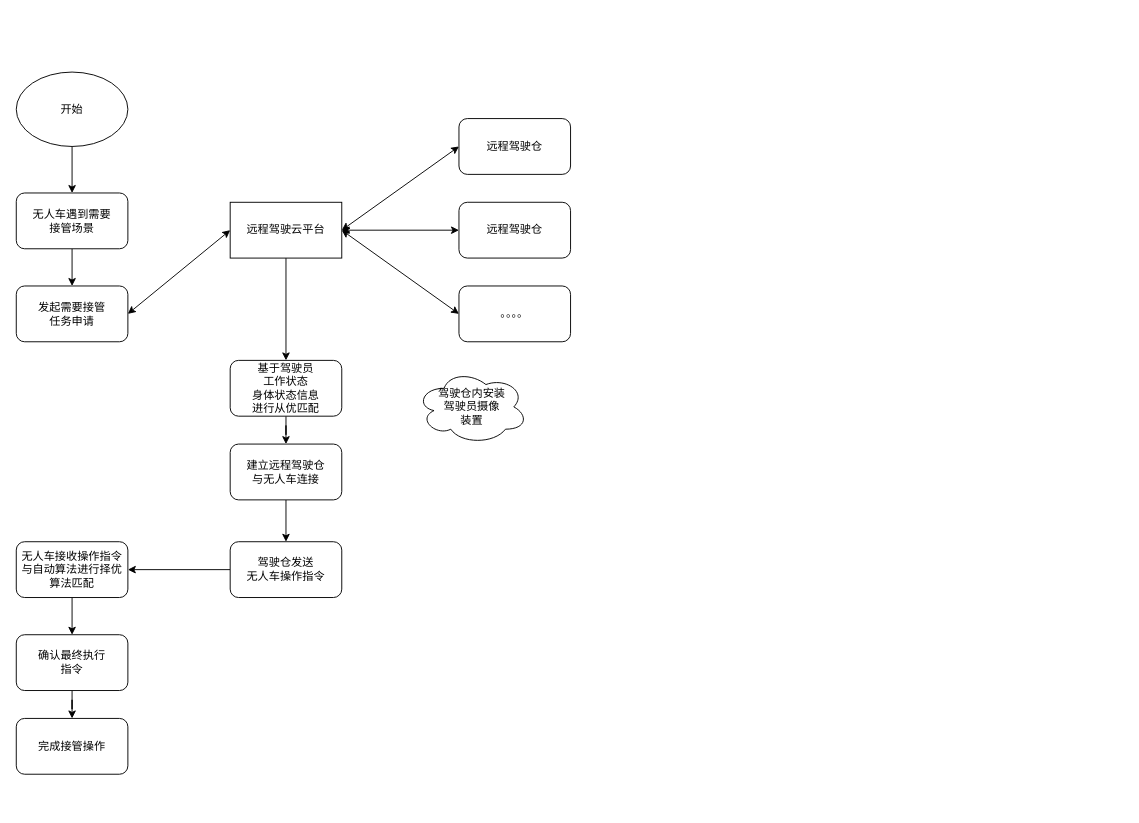
Before: 出行项目/自动驾驶远程平台装置.drawio in wurh/myDesignDoc, a draw.io diagram. Source tidied: cells renumbered, new cells numbered last; positions are measured from the earlier drawing's top-left corner, leaving out a move shared by most shapes. Both pictures are drawn from the tidied source at 93%, with x=0, y=0 at pixel (16, 72).
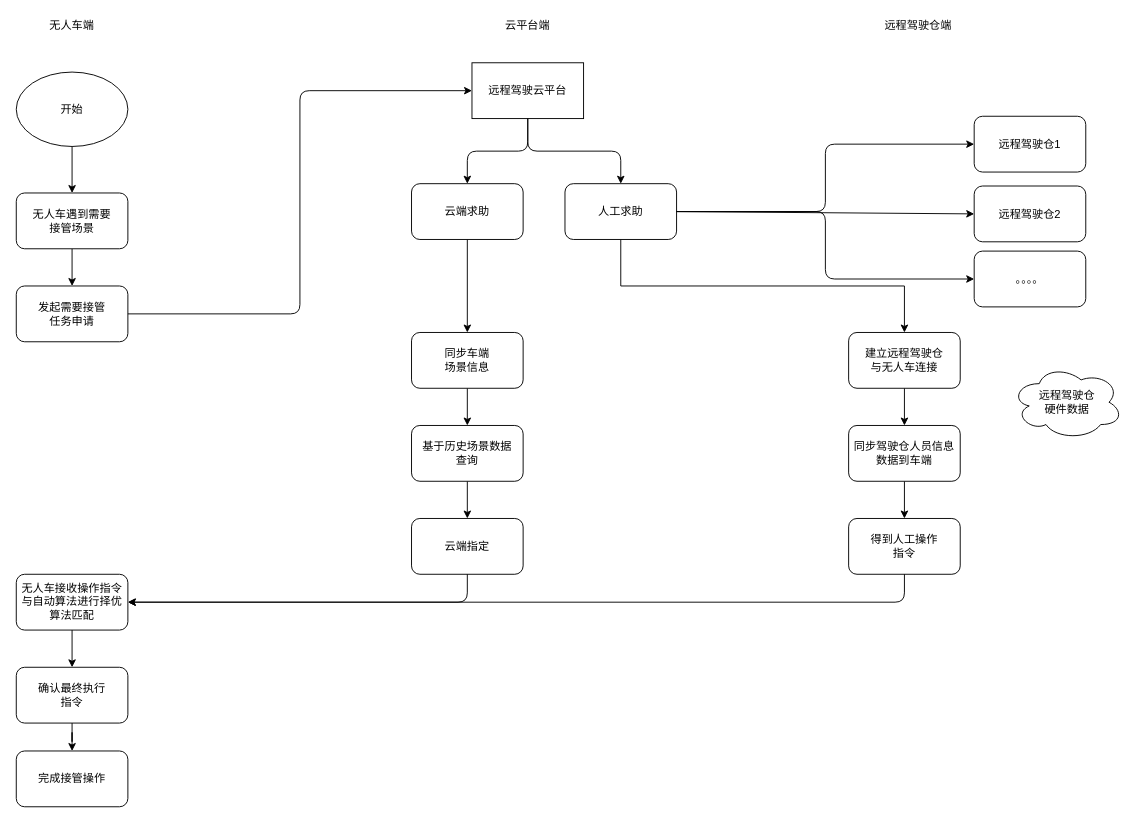
After the change.

Commit message:
Update 自动驾驶远程平台装置.drawio

The change refers to these unchanged cells:
```xml
<mxCell id="6" value="发起需要接管&lt;br&gt;任务申请" style="rounded=1;whiteSpace=wrap;html=1;" parent="1" vertex="1">
  <mxGeometry y="230" width="120" height="60" as="geometry" />
</mxCell>
```

What changed in the source:
```diff
@@
-    <mxCell id="7" value="远程驾驶仓" style="rounded=1;whiteSpace=wrap;html=1;" parent="1" vertex="1">
-      <mxGeometry x="476" y="50" width="120" height="60" as="geometry" />
+    <mxCell id="7" value="远程驾驶仓1" style="rounded=1;whiteSpace=wrap;html=1;" parent="1" vertex="1">
+      <mxGeometry x="1030" y="47.5" width="120" height="60" as="geometry" />
     </mxCell>
-    <mxCell id="8" style="edgeStyle=orthogonalEdgeStyle;rounded=0;jettySize=auto;html=1;" parent="1" edge="1" source="9" target="17">
-      <mxGeometry relative="1" as="geometry" />
-    </mxCell>
     <mxCell id="9" value="远程驾驶云平台" style="rounded=0;whiteSpace=wrap;html=1;" parent="1" vertex="1">
-      <mxGeometry x="230" y="140" width="120" height="60" as="geometry" />
+      <mxGeometry x="490" y="-10" width="120" height="60" as="geometry" />
     </mxCell>
-    <mxCell id="10" style="endArrow=classic;startArrow=classic;html=1;exitX=1;exitY=0.5;exitDx=0;exitDy=0;" parent="1" edge="1" source="6">
-      <mxGeometry relative="1" as="geometry">
-        <mxPoint x="230" y="170" as="targetPoint" />
-      </mxGeometry>
-    </mxCell>
-    <mxCell id="11" value="远程驾驶仓" style="rounded=1;whiteSpace=wrap;html=1;" parent="1" vertex="1">
-      <mxGeometry x="476" y="140" width="120" height="60" as="geometry" />
+    <mxCell id="11" value="远程驾驶仓2" style="rounded=1;whiteSpace=wrap;html=1;" parent="1" vertex="1">
+      <mxGeometry x="1030" y="122.5" width="120" height="60" as="geometry" />
     </mxCell>
     <mxCell id="12" value="。。。。" style="rounded=1;whiteSpace=wrap;html=1;" parent="1" vertex="1">
-      <mxGeometry x="476" y="230" width="120" height="60" as="geometry" />
+      <mxGeometry x="1030" y="192.5" width="120" height="60" as="geometry" />
     </mxCell>
-    <mxCell id="13" style="endArrow=classic;startArrow=classic;html=1;exitX=1;exitY=0.5;exitDx=0;exitDy=0;entryX=0;entryY=0.5;entryDx=0;entryDy=0;" parent="1" edge="1" source="9" target="7">
-      <mxGeometry relative="1" as="geometry" />
-    </mxCell>
-    <mxCell id="14" style="endArrow=classic;startArrow=classic;html=1;exitX=1;exitY=0.5;exitDx=0;exitDy=0;entryX=0;entryY=0.5;entryDx=0;entryDy=0;" parent="1" edge="1" source="9" target="11">
-      <mxGeometry relative="1" as="geometry" />
-    </mxCell>
-    <mxCell id="15" style="endArrow=classic;startArrow=classic;html=1;exitX=1;exitY=0.5;exitDx=0;exitDy=0;entryX=0;entryY=0.5;entryDx=0;entryDy=0;" parent="1" edge="1" source="9" target="12">
-      <mxGeometry relative="1" as="geometry" />
-    </mxCell>
-    <mxCell id="16" style="edgeStyle=orthogonalEdgeStyle;rounded=0;jettySize=auto;html=1;" parent="1" edge="1" source="17" target="20">
+    <mxCell id="16" style="edgeStyle=orthogonalEdgeStyle;rounded=0;jettySize=auto;html=1;exitX=0.5;exitY=1;exitDx=0;exitDy=0;" parent="1" edge="1" source="33" target="20">
       <mxGeometry relative="1" as="geometry" />
     </mxCell>
-    <mxCell id="17" value="基于驾驶员&lt;br&gt;工作状态&lt;br&gt;身体状态信息&lt;br&gt;进行从优匹配" style="rounded=1;whiteSpace=wrap;html=1;" parent="1" vertex="1">
-      <mxGeometry x="230" y="310" width="120" height="60" as="geometry" />
-    </mxCell>
-    <mxCell id="18" value="&lt;span&gt;驾驶仓内安装&lt;/span&gt;&lt;br&gt;&lt;span&gt;驾驶员摄像&lt;/span&gt;&lt;br&gt;&lt;span&gt;装置&lt;/span&gt;" style="ellipse;shape=cloud;whiteSpace=wrap;html=1;" parent="1" vertex="1">
-      <mxGeometry x="430" y="320" width="120" height="80" as="geometry" />
-    </mxCell>
-    <mxCell id="19" style="edgeStyle=orthogonalEdgeStyle;rounded=0;jettySize=auto;html=1;" parent="1" edge="1" source="20" target="22">
-      <mxGeometry relative="1" as="geometry" />
-    </mxCell>
+    <mxCell id="28" style="edgeStyle=orthogonalEdgeStyle;rounded=0;jettySize=auto;html=1;" parent="1" edge="1" source="20" target="48">
+      <mxGeometry relative="1" as="geometry" />
+    </mxCell>
-    <mxCell id="20" value="建立远程驾驶仓&lt;br&gt;与无人车连接" style="rounded=1;whiteSpace=wrap;html=1;" parent="1" vertex="1">
-      <mxGeometry x="230" y="400" width="120" height="60" as="geometry" />
+    <mxCell id="20" value="建立远程驾驶仓&lt;br&gt;与无人车连接&lt;br&gt;" style="rounded=1;whiteSpace=wrap;html=1;" parent="1" vertex="1">
+      <mxGeometry x="895" y="280" width="120" height="60" as="geometry" />
     </mxCell>
-    <mxCell id="21" style="edgeStyle=orthogonalEdgeStyle;rounded=0;jettySize=auto;html=1;" parent="1" edge="1" source="22" target="24">
-      <mxGeometry relative="1" as="geometry" />
-    </mxCell>
-    <mxCell id="22" value="驾驶仓发送&lt;br&gt;无人车操作指令" style="rounded=1;whiteSpace=wrap;html=1;" parent="1" vertex="1">
-      <mxGeometry x="230" y="505" width="120" height="60" as="geometry" />
-    </mxCell>
@@
     <mxCell id="24" value="无人车接收操作指令&lt;br&gt;与自动算法进行择优算法匹配" style="rounded=1;whiteSpace=wrap;html=1;" parent="1" vertex="1">
-      <mxGeometry y="505" width="120" height="60" as="geometry" />
+      <mxGeometry y="540" width="120" height="60" as="geometry" />
     </mxCell>
@@
     <mxCell id="26" value="确认最终执行&lt;br&gt;指令" style="rounded=1;whiteSpace=wrap;html=1;" parent="1" vertex="1">
-      <mxGeometry y="605" width="120" height="60" as="geometry" />
+      <mxGeometry y="640" width="120" height="60" as="geometry" />
     </mxCell>
     <mxCell id="27" value="完成接管操作" style="rounded=1;whiteSpace=wrap;html=1;" parent="1" vertex="1">
-      <mxGeometry y="695" width="120" height="60" as="geometry" />
+      <mxGeometry y="730" width="120" height="60" as="geometry" />
     </mxCell>
+    <mxCell id="29" value="无人车端" style="text;html=1;strokeColor=none;fillColor=none;align=center;verticalAlign=middle;whiteSpace=wrap;rounded=0;" parent="1" vertex="1">
+      <mxGeometry x="15" y="-60" width="90" height="20" as="geometry" />
+    </mxCell>
+    <mxCell id="30" value="云平台端" style="text;html=1;strokeColor=none;fillColor=none;align=center;verticalAlign=middle;whiteSpace=wrap;rounded=0;" parent="1" vertex="1">
+      <mxGeometry x="505" y="-60" width="90" height="20" as="geometry" />
+    </mxCell>
+    <mxCell id="31" value="远程驾驶仓端" style="text;html=1;strokeColor=none;fillColor=none;align=center;verticalAlign=middle;whiteSpace=wrap;rounded=0;" parent="1" vertex="1">
+      <mxGeometry x="925" y="-60" width="90" height="20" as="geometry" />
+    </mxCell>
+    <mxCell id="32" style="endArrow=classic;html=1;exitX=1;exitY=0.5;exitDx=0;exitDy=0;entryX=0;entryY=0.5;entryDx=0;entryDy=0;edgeStyle=elbowEdgeStyle;" parent="1" edge="1" source="6" target="9">
+      <mxGeometry relative="1" as="geometry" />
+    </mxCell>
+    <mxCell id="33" value="人工求助" style="rounded=1;whiteSpace=wrap;html=1;" parent="1" vertex="1">
+      <mxGeometry x="590" y="120" width="120" height="60" as="geometry" />
+    </mxCell>
+    <mxCell id="34" style="edgeStyle=orthogonalEdgeStyle;rounded=0;jettySize=auto;html=1;" parent="1" edge="1" source="35" target="39">
+      <mxGeometry relative="1" as="geometry" />
+    </mxCell>
+    <mxCell id="35" value="云端求助" style="rounded=1;whiteSpace=wrap;html=1;" parent="1" vertex="1">
+      <mxGeometry x="425" y="120" width="120" height="60" as="geometry" />
+    </mxCell>
+    <mxCell id="36" style="endArrow=classic;html=1;exitX=0.5;exitY=1;exitDx=0;exitDy=0;entryX=0.5;entryY=0;entryDx=0;entryDy=0;edgeStyle=orthogonalEdgeStyle;" parent="1" edge="1" source="9" target="35">
+      <mxGeometry relative="1" as="geometry" />
+    </mxCell>
+    <mxCell id="37" style="endArrow=classic;html=1;exitX=0.5;exitY=1;exitDx=0;exitDy=0;entryX=0.5;entryY=0;entryDx=0;entryDy=0;edgeStyle=orthogonalEdgeStyle;" parent="1" edge="1" source="9" target="33">
+      <mxGeometry relative="1" as="geometry" />
+    </mxCell>
+    <mxCell id="38" style="edgeStyle=orthogonalEdgeStyle;rounded=0;jettySize=auto;html=1;" parent="1" edge="1" source="39" target="41">
+      <mxGeometry relative="1" as="geometry" />
+    </mxCell>
+    <mxCell id="39" value="同步车端&lt;br&gt;场景信息" style="rounded=1;whiteSpace=wrap;html=1;" parent="1" vertex="1">
+      <mxGeometry x="425" y="280" width="120" height="60" as="geometry" />
+    </mxCell>
+    <mxCell id="40" style="edgeStyle=orthogonalEdgeStyle;rounded=0;jettySize=auto;html=1;" parent="1" edge="1" source="41" target="42">
+      <mxGeometry relative="1" as="geometry" />
+    </mxCell>
+    <mxCell id="41" value="基于历史场景数据&lt;br&gt;查询" style="rounded=1;whiteSpace=wrap;html=1;" parent="1" vertex="1">
+      <mxGeometry x="425" y="380" width="120" height="60" as="geometry" />
+    </mxCell>
+    <mxCell id="42" value="云端指定" style="rounded=1;whiteSpace=wrap;html=1;" parent="1" vertex="1">
+      <mxGeometry x="425" y="480" width="120" height="60" as="geometry" />
+    </mxCell>
+    <mxCell id="43" style="endArrow=classic;html=1;exitX=0.5;exitY=1;exitDx=0;exitDy=0;entryX=1;entryY=0.5;entryDx=0;entryDy=0;edgeStyle=orthogonalEdgeStyle;" parent="1" edge="1" source="42" target="24">
+      <mxGeometry relative="1" as="geometry" />
+    </mxCell>
+    <mxCell id="44" style="endArrow=classic;html=1;exitX=1;exitY=0.5;exitDx=0;exitDy=0;entryX=0;entryY=0.5;entryDx=0;entryDy=0;edgeStyle=orthogonalEdgeStyle;" parent="1" edge="1" source="33" target="7">
+      <mxGeometry relative="1" as="geometry" />
+    </mxCell>
+    <mxCell id="45" style="endArrow=classic;html=1;exitX=1;exitY=0.5;exitDx=0;exitDy=0;entryX=0;entryY=0.5;entryDx=0;entryDy=0;" parent="1" edge="1" source="33" target="11">
+      <mxGeometry relative="1" as="geometry" />
+    </mxCell>
+    <mxCell id="46" style="endArrow=classic;html=1;exitX=1;exitY=0.5;exitDx=0;exitDy=0;entryX=0;entryY=0.5;entryDx=0;entryDy=0;edgeStyle=orthogonalEdgeStyle;" parent="1" edge="1" source="33" target="12">
+      <mxGeometry relative="1" as="geometry" />
+    </mxCell>
+    <mxCell id="47" style="edgeStyle=orthogonalEdgeStyle;rounded=0;jettySize=auto;html=1;" parent="1" edge="1" source="48" target="50">
+      <mxGeometry relative="1" as="geometry" />
+    </mxCell>
+    <mxCell id="48" value="同步驾驶仓人员信息&lt;br&gt;数据到车端" style="rounded=1;whiteSpace=wrap;html=1;" parent="1" vertex="1">
+      <mxGeometry x="895" y="380" width="120" height="60" as="geometry" />
+    </mxCell>
+    <mxCell id="49" value="远程驾驶仓&lt;br&gt;硬件数据" style="ellipse;shape=cloud;whiteSpace=wrap;html=1;" parent="1" vertex="1">
+      <mxGeometry x="1070" y="315" width="120" height="80" as="geometry" />
+    </mxCell>
+    <mxCell id="50" value="得到人工操作&lt;br&gt;指令" style="rounded=1;whiteSpace=wrap;html=1;" parent="1" vertex="1">
+      <mxGeometry x="895" y="480" width="120" height="60" as="geometry" />
+    </mxCell>
+    <mxCell id="51" style="endArrow=classic;html=1;entryX=1;entryY=0.5;entryDx=0;entryDy=0;exitX=0.5;exitY=1;exitDx=0;exitDy=0;edgeStyle=orthogonalEdgeStyle;" parent="1" edge="1" source="50" target="24">
+      <mxGeometry relative="1" as="geometry" />
+    </mxCell>
```
